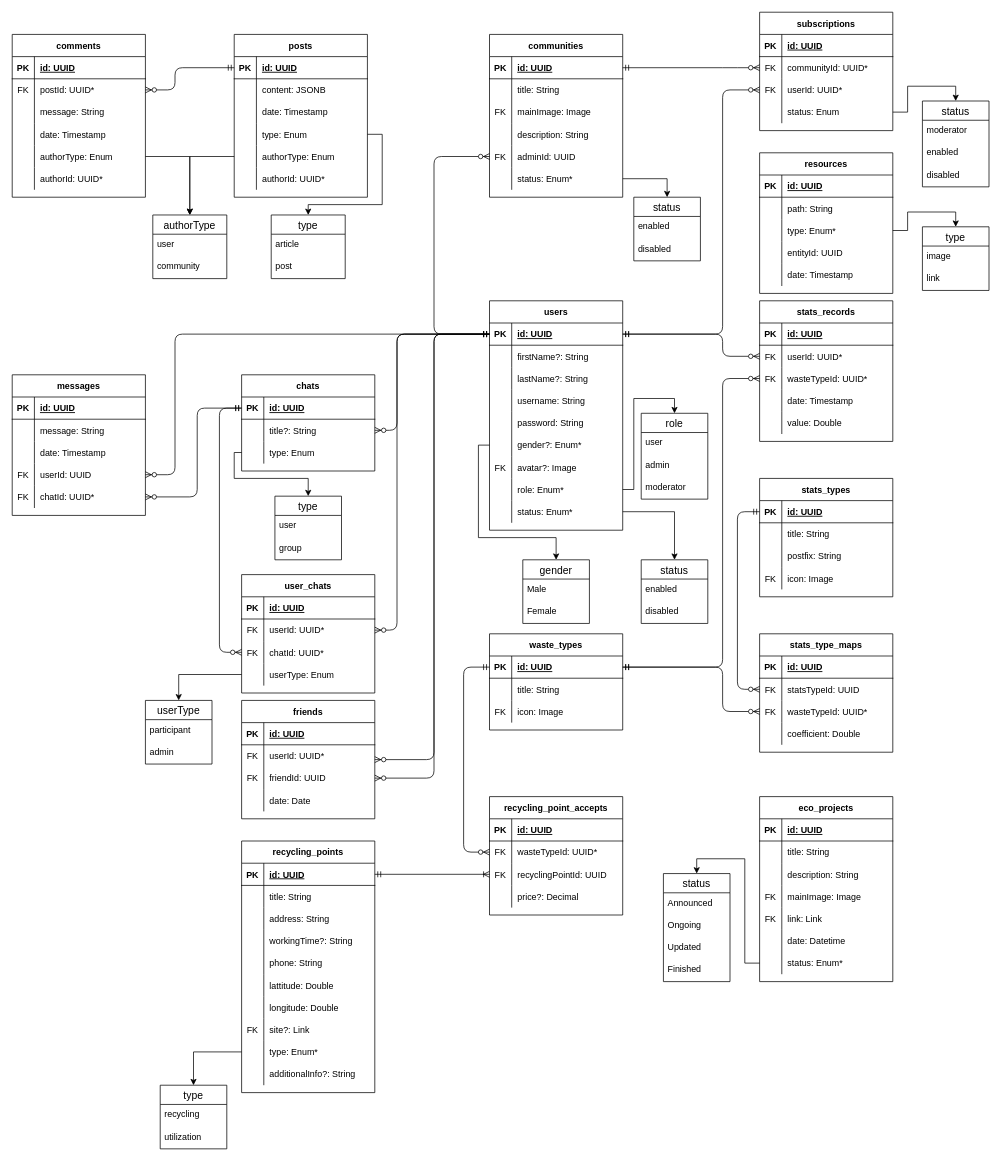
Above: page "Database" (1 of 3) of project.drawio in EcoBeko/docs (draw.io), before the change. Source tidied: cells renumbered, new cells numbered last; positions are measured from the earlier drawing's top-left corner, leaving out a move shared by most shapes. Both pictures are drawn from the tidied source at 74%, with x=0, y=0 at pixel (12, 12).
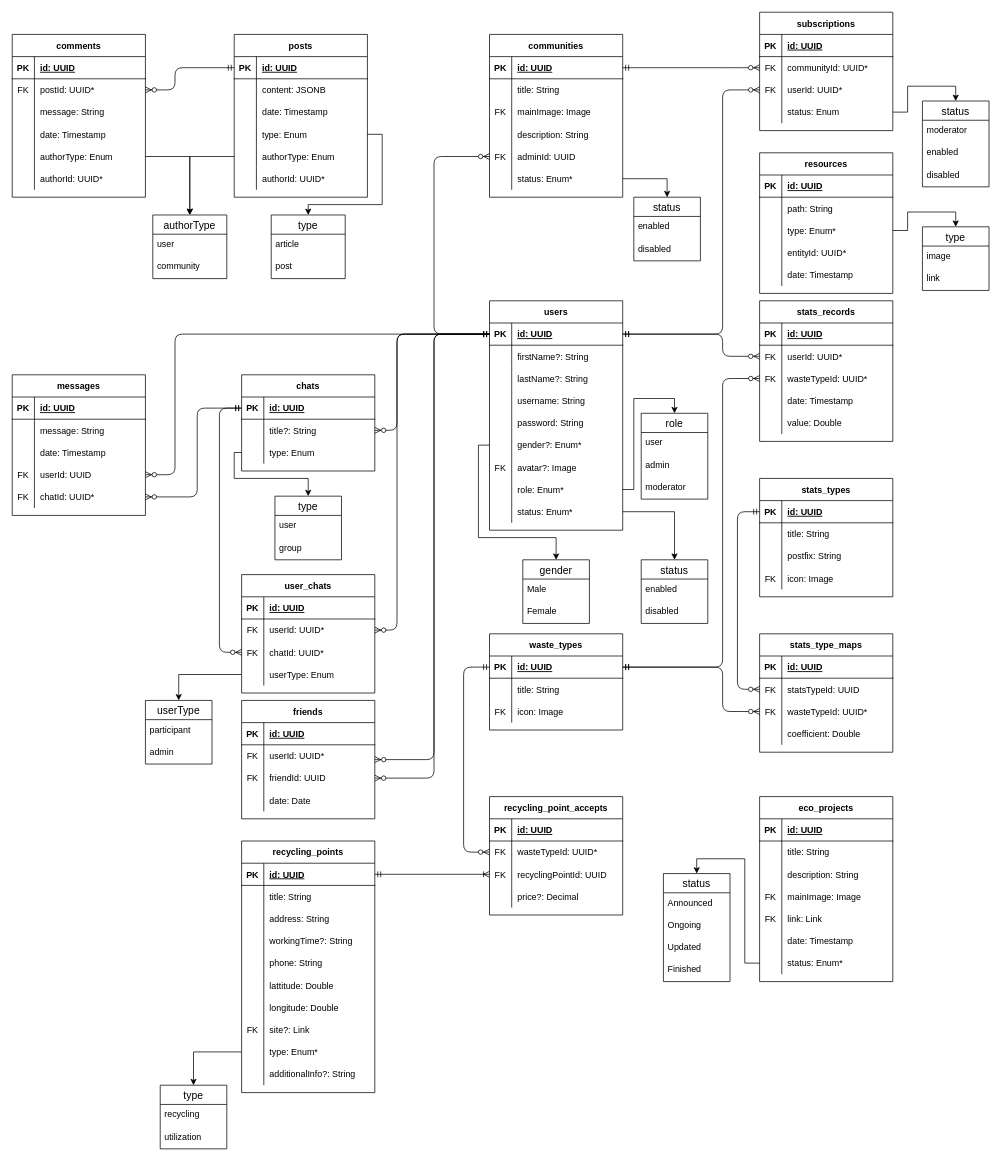
After the change.

The change refers to these unchanged cells:
```xml
<mxCell id="163" style="shape=partialRectangle;fillColor=none;top=0;left=0;bottom=0;right=0;" parent="147" vertex="1">
  <mxGeometry y="180" width="180" height="30" as="geometry" />
</mxCell>
<mxCell id="179" style="shape=partialRectangle;fillColor=none;top=0;left=0;bottom=0;right=0;" parent="169" vertex="1">
  <mxGeometry y="120" width="180" height="30" as="geometry" />
</mxCell>
```

Change to the diagram source:
```diff
@@
-    <mxCell id="165" value="date: Datetime" style="shape=partialRectangle;fillColor=none;top=0;left=0;bottom=0;right=0;align=left;spacingLeft=6;overflow=hidden;" parent="163" vertex="1">
+    <mxCell id="165" value="date: Timestamp" style="shape=partialRectangle;fillColor=none;top=0;left=0;bottom=0;right=0;align=left;spacingLeft=6;overflow=hidden;" parent="163" vertex="1">
       <mxGeometry x="30" width="150" height="30" as="geometry" />
     </mxCell>
@@
-    <mxCell id="181" value="entityId: UUID" style="shape=partialRectangle;fillColor=none;top=0;left=0;bottom=0;right=0;align=left;spacingLeft=6;overflow=hidden;" parent="179" vertex="1">
+    <mxCell id="181" value="entityId: UUID*" style="shape=partialRectangle;fillColor=none;top=0;left=0;bottom=0;right=0;align=left;spacingLeft=6;overflow=hidden;" parent="179" vertex="1">
       <mxGeometry x="30" width="150" height="30" as="geometry" />
     </mxCell>
```
